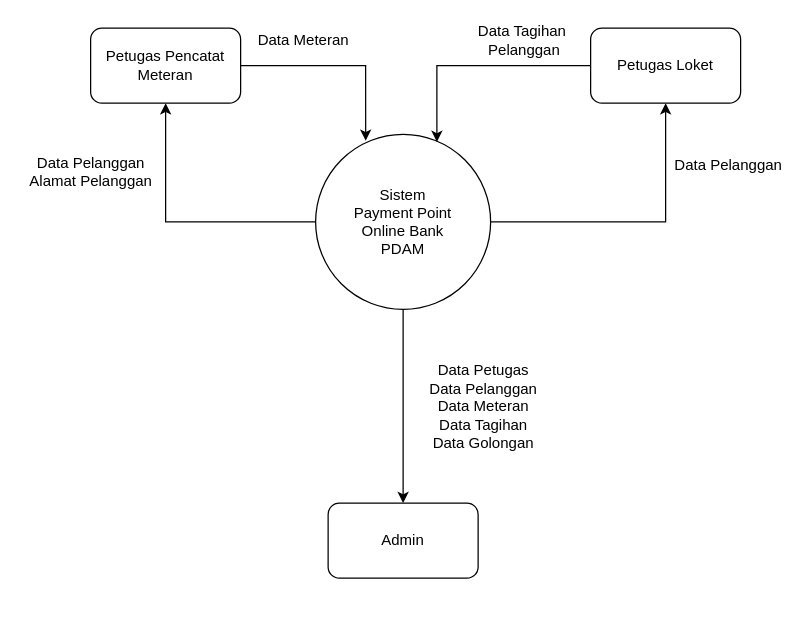
Veirt/ppob-pdam keeps this draw.io diagram as diagrams/context-diagram.drawio. Above is the earlier version. Source tidied: cells renumbered, new cells numbered last; positions are measured from the earlier drawing's top-left corner, leaving out a move shared by most shapes. Both pictures are drawn from the tidied source at 125%, with x=0, y=0 at pixel (21, 21).
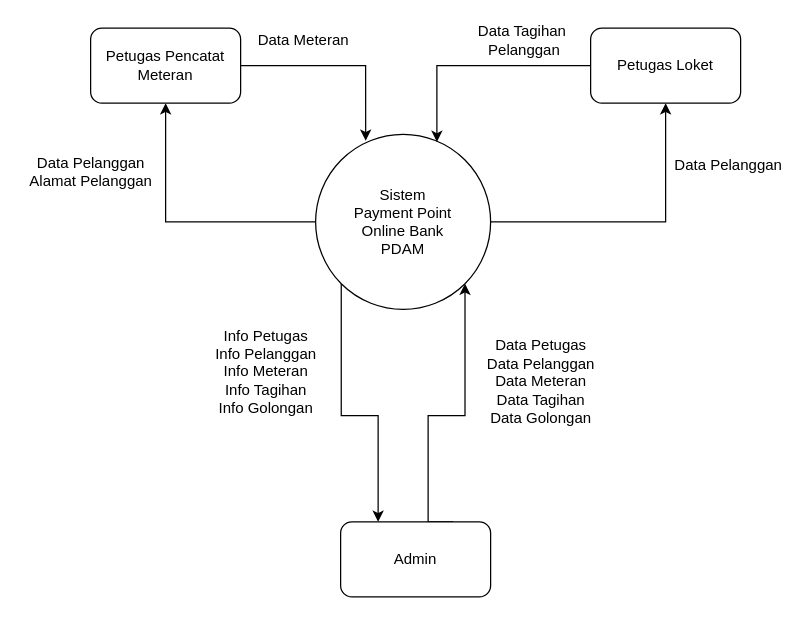
Above is the later version.

What changed in the source:
```diff
@@
 <mxGraphModel>
   <root>
     <mxCell id="0" />
     <mxCell id="1" parent="0" />
     <mxCell id="2" style="edgeStyle=orthogonalEdgeStyle;rounded=0;jettySize=auto;html=1;exitX=0;exitY=0.5;exitDx=0;exitDy=0;entryX=0.5;entryY=1;entryDx=0;entryDy=0;" parent="1" edge="1" source="5" target="9">
       <mxGeometry relative="1" as="geometry" />
     </mxCell>
     <mxCell id="3" style="edgeStyle=orthogonalEdgeStyle;rounded=0;jettySize=auto;html=1;exitX=1;exitY=0.5;exitDx=0;exitDy=0;entryX=0.5;entryY=1;entryDx=0;entryDy=0;" parent="1" edge="1" source="5" target="7">
       <mxGeometry relative="1" as="geometry" />
     </mxCell>
-    <mxCell id="4" style="edgeStyle=orthogonalEdgeStyle;rounded=0;jettySize=auto;html=1;exitX=0.5;exitY=1;exitDx=0;exitDy=0;entryX=0.5;entryY=0;entryDx=0;entryDy=0;" parent="1" edge="1" source="5" target="10">
+    <mxCell id="4" style="edgeStyle=orthogonalEdgeStyle;rounded=0;jettySize=auto;html=1;exitX=0;exitY=1;exitDx=0;exitDy=0;entryX=0.25;entryY=0;entryDx=0;entryDy=0;" parent="1" edge="1" source="5" target="10">
       <mxGeometry relative="1" as="geometry" />
     </mxCell>
     <mxCell id="5" value="Sistem&lt;br&gt;&lt;div&gt;Payment Point &lt;br&gt;&lt;/div&gt;&lt;div&gt;Online Bank&lt;/div&gt;&lt;div&gt;PDAM&lt;br&gt;&lt;/div&gt;" style="ellipse;whiteSpace=wrap;html=1;" parent="1" vertex="1">
       <mxGeometry x="235" y="90" width="140" height="140" as="geometry" />
     </mxCell>
     <mxCell id="6" style="edgeStyle=orthogonalEdgeStyle;rounded=0;jettySize=auto;html=1;exitX=0;exitY=0.5;exitDx=0;exitDy=0;entryX=0.693;entryY=0.043;entryDx=0;entryDy=0;entryPerimeter=0;" parent="1" edge="1" source="7" target="5">
       <mxGeometry relative="1" as="geometry" />
     </mxCell>
     <mxCell id="7" value="Petugas Loket" style="rounded=1;whiteSpace=wrap;html=1;" parent="1" vertex="1">
       <mxGeometry x="455" y="5" width="120" height="60" as="geometry" />
     </mxCell>
     <mxCell id="8" style="edgeStyle=orthogonalEdgeStyle;rounded=0;jettySize=auto;html=1;exitX=1;exitY=0.5;exitDx=0;exitDy=0;entryX=0.286;entryY=0.036;entryDx=0;entryDy=0;entryPerimeter=0;" parent="1" edge="1" source="9" target="5">
       <mxGeometry relative="1" as="geometry" />
     </mxCell>
     <mxCell id="9" value="Petugas Pencatat&lt;br&gt;Meteran" style="rounded=1;whiteSpace=wrap;html=1;" parent="1" vertex="1">
       <mxGeometry x="55" y="5" width="120" height="60" as="geometry" />
     </mxCell>
+    <mxCell id="16" style="edgeStyle=orthogonalEdgeStyle;rounded=0;jettySize=auto;html=1;exitX=0.75;exitY=0;exitDx=0;exitDy=0;entryX=1;entryY=1;entryDx=0;entryDy=0;" parent="1" edge="1" source="10" target="5">
+      <mxGeometry relative="1" as="geometry">
+        <Array as="points">
+          <mxPoint x="325" y="400" />
+          <mxPoint x="325" y="315" />
+          <mxPoint x="355" y="315" />
+        </Array>
+      </mxGeometry>
+    </mxCell>
     <mxCell id="10" value="Admin" style="rounded=1;whiteSpace=wrap;html=1;" parent="1" vertex="1">
-      <mxGeometry x="245" y="385" width="120" height="60" as="geometry" />
+      <mxGeometry x="255" y="400" width="120" height="60" as="geometry" />
     </mxCell>
     <mxCell id="11" value="&lt;div&gt;Data Pelanggan&lt;/div&gt;&lt;div&gt;Alamat Pelanggan&lt;br&gt;&lt;/div&gt;" style="text;html=1;align=center;verticalAlign=middle;strokeColor=none;fillColor=none;" parent="1" vertex="1">
       <mxGeometry y="105" width="110" height="30" as="geometry" />
     </mxCell>
     <mxCell id="12" value="Data Meteran" style="text;html=1;align=center;verticalAlign=middle;strokeColor=none;fillColor=none;" parent="1" vertex="1">
       <mxGeometry x="180" y="5" width="90" height="20" as="geometry" />
     </mxCell>
     <mxCell id="13" value="Data Pelanggan" style="text;html=1;align=center;verticalAlign=middle;strokeColor=none;fillColor=none;" parent="1" vertex="1">
       <mxGeometry x="515" y="105" width="100" height="20" as="geometry" />
     </mxCell>
     <mxCell id="14" value="&lt;div&gt;Data Tagihan&lt;/div&gt;&lt;div&gt;&amp;nbsp;Pelanggan&lt;/div&gt;" style="text;html=1;align=center;verticalAlign=middle;strokeColor=none;fillColor=none;" parent="1" vertex="1">
       <mxGeometry x="355" width="90" height="30" as="geometry" />
     </mxCell>
     <mxCell id="15" value="&lt;div&gt;Data Petugas&lt;br&gt;&lt;/div&gt;&lt;div&gt;Data Pelanggan&lt;/div&gt;&lt;div&gt;Data Meteran&lt;br&gt;&lt;/div&gt;&lt;div&gt;Data Tagihan&lt;/div&gt;&lt;div&gt;Data Golongan&lt;/div&gt;&lt;div&gt;&lt;br&gt;&lt;/div&gt;" style="text;html=1;align=center;verticalAlign=middle;strokeColor=none;fillColor=none;" parent="1" vertex="1">
-      <mxGeometry x="319" y="270" width="100" height="90" as="geometry" />
+      <mxGeometry x="365" y="250" width="100" height="90" as="geometry" />
     </mxCell>
+    <mxCell id="17" value="Info Petugas&lt;br&gt;&lt;div&gt;Info Pelanggan&lt;/div&gt;&lt;div&gt;Info Meteran&lt;/div&gt;&lt;div&gt;Info Tagihan&lt;/div&gt;&lt;div&gt;Info Golongan&lt;br&gt;&lt;/div&gt;" style="text;html=1;align=center;verticalAlign=middle;strokeColor=none;fillColor=none;" parent="1" vertex="1">
+      <mxGeometry x="145" y="240" width="100" height="80" as="geometry" />
+    </mxCell>
   </root>
 </mxGraphModel>
```
